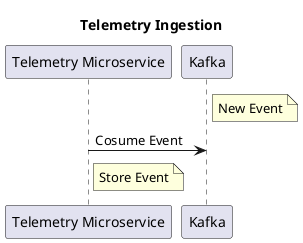
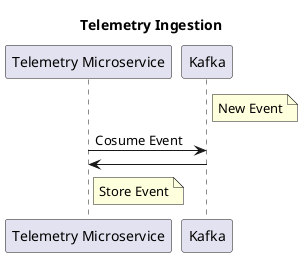
@startuml TelemetryIngestion
title Telemetry Ingestion

participant "Telemetry Microservice" as Tel
participant Kafka

note right of Kafka : New Event
Tel -> Kafka   : Cosume Event
+ Tel <- Kafka
note right of Tel : Store Event
@enduml